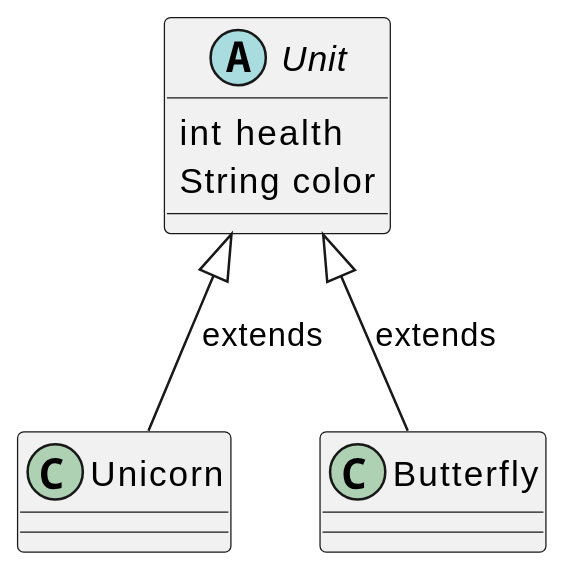
Before: img/diagrams/plantuml/interface_inherit_basic.svg, a diagram exported from PlantUML (unibz-pp-23-24/unibz-pp-23-24.github.io).
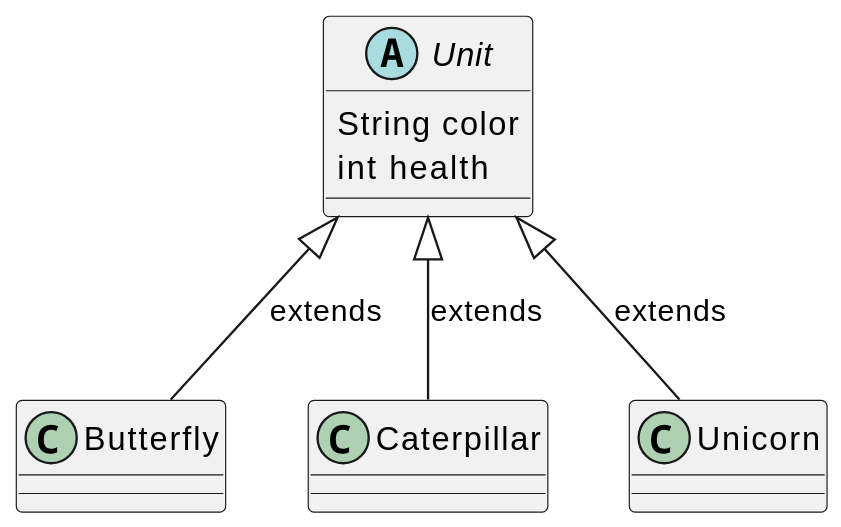
After the commit.

What changed in the source:
```diff
@@ -1,17 +1,21 @@
 @startuml
-scale 400 width
+scale 600 width
 
 abstract class Unit {
+ String color
  int health
- String color
+}
+
+class Butterfly {
+}
+
+class Caterpillar {
 }
 
 class Unicorn {
 }
 
-class Butterfly {
-}
-
+Unit <|-- Butterfly : extends
+Unit <|-- Caterpillar : extends
 Unit <|-- Unicorn : extends
-Unit <|-- Butterfly : extends
 @enduml
```
